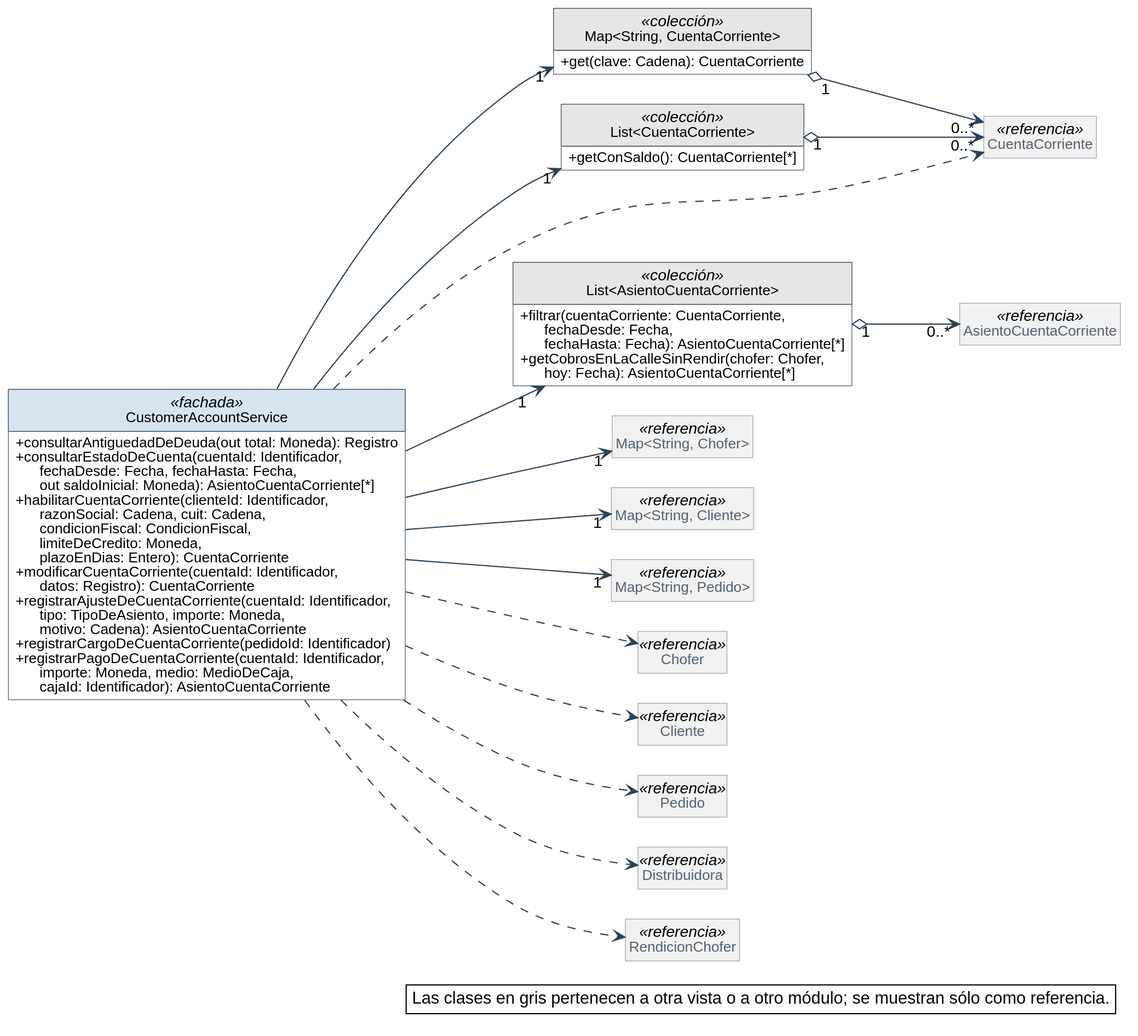
Earlier version of the PlantUML export diagramas/clases-diseno/DC_Mod_Cuentas-corrientes.svg (Nahuelito-Dev/splg-docs).
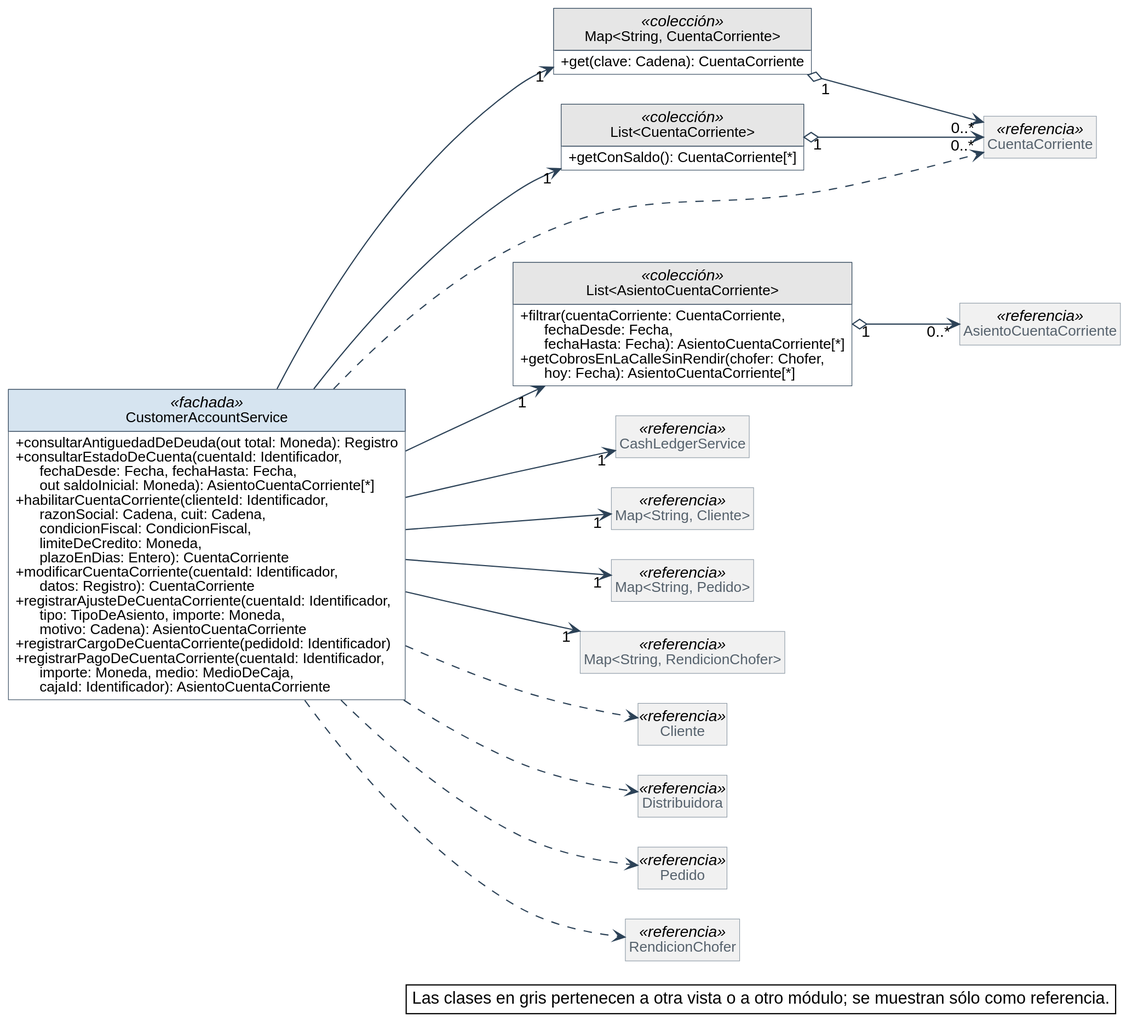
After the commit.

The edit, as a diff of the source:
```diff
@@ -81,25 +81,25 @@
 }
 class AsientoCuentaCorriente <<referencia>>
 class CuentaCorriente <<referencia>>
-class "Map<String, Chofer>" as Map_String_Chofer <<referencia>>
+class CashLedgerService <<referencia>>
 class "Map<String, Cliente>" as Map_String_Cliente <<referencia>>
 class "Map<String, Pedido>" as Map_String_Pedido <<referencia>>
-class Chofer <<referencia>>
+class "Map<String, RendicionChofer>" as Map_String_RendicionChofer <<referencia>>
 class Cliente <<referencia>>
+class Distribuidora <<referencia>>
 class Pedido <<referencia>>
-class Distribuidora <<referencia>>
 class RendicionChofer <<referencia>>
 
 List_AsientoCuentaCorriente "1" o--> "0..*" AsientoCuentaCorriente
 Map_String_CuentaCorriente "1" o--> "0..*" CuentaCorriente
 List_CuentaCorriente "1" o--> "0..*" CuentaCorriente
+CustomerAccountService --> "1" CashLedgerService
 CustomerAccountService --> "1" List_AsientoCuentaCorriente
 CustomerAccountService --> "1" List_CuentaCorriente
-CustomerAccountService --> "1" Map_String_Chofer
 CustomerAccountService --> "1" Map_String_Cliente
 CustomerAccountService --> "1" Map_String_CuentaCorriente
 CustomerAccountService --> "1" Map_String_Pedido
-CustomerAccountService ..> Chofer
+CustomerAccountService --> "1" Map_String_RendicionChofer
 CustomerAccountService ..> Cliente
 CustomerAccountService ..> CuentaCorriente
 CustomerAccountService ..> Distribuidora
```
